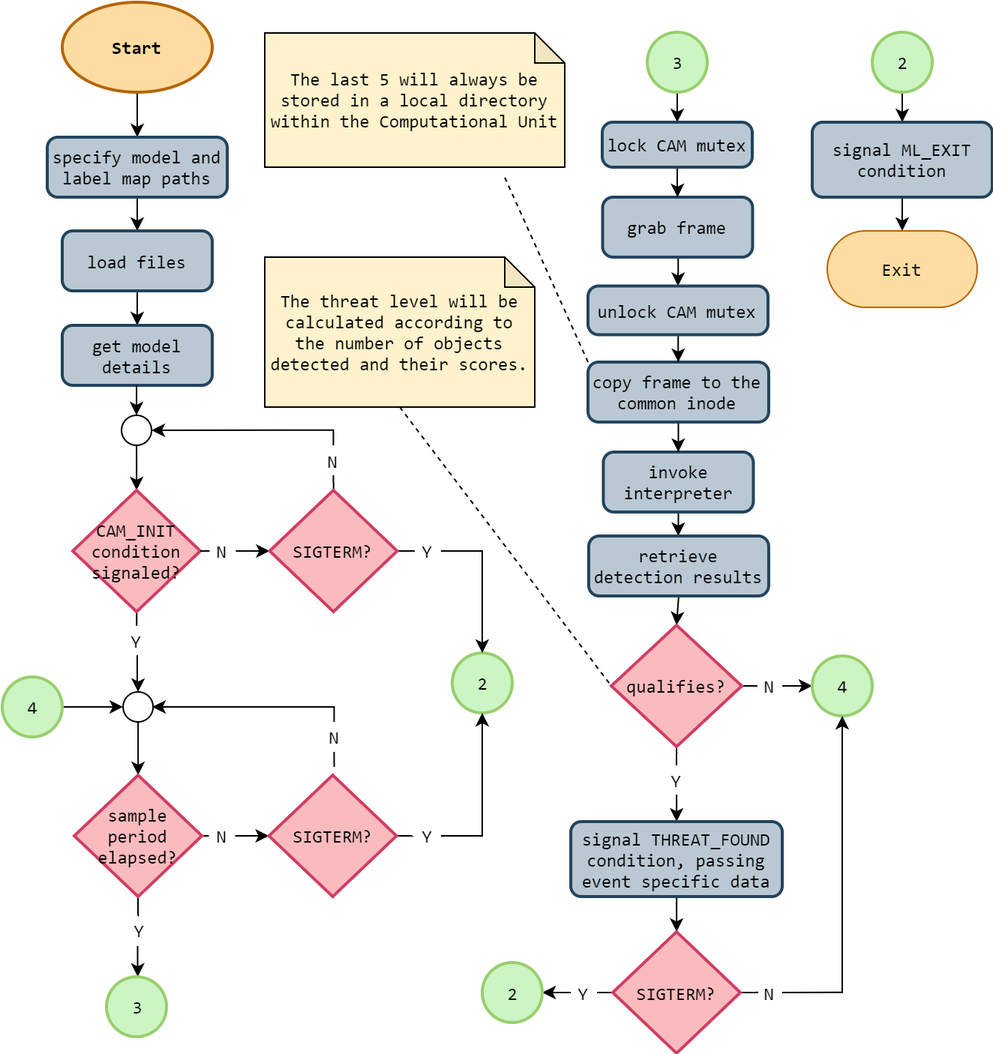
The draw.io diagram 3. Design/4. Software Specification/threads/thread-fc/thread-fc-ml-inference.png in esrg-silent-howl/argos, before a commit. Source tidied: cells renumbered, new cells last; positions are measured from the earlier drawing's top-left corner, leaving out a move shared by most shapes.
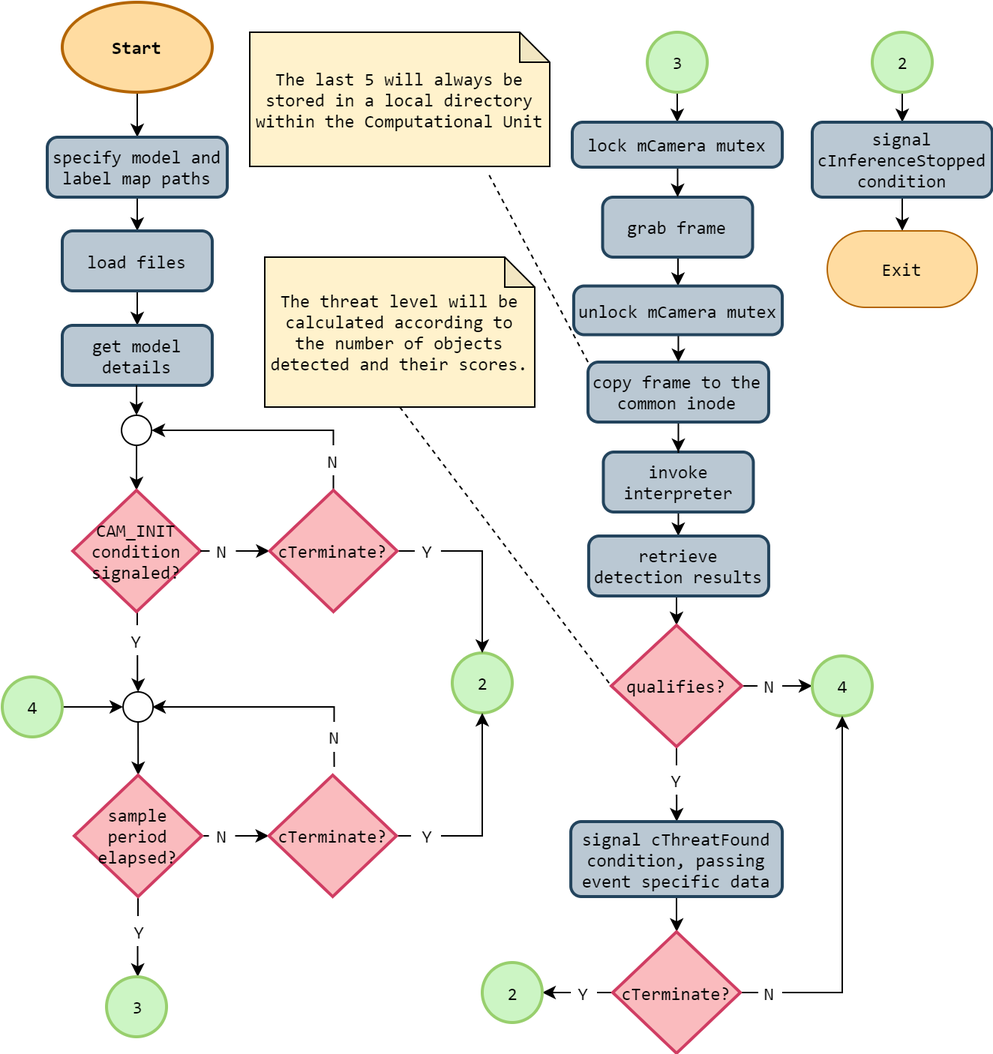
After the commit.

What changed in the source:
```diff
@@ -95,7 +95,7 @@
         </Array>
       </mxGeometry>
     </mxCell>
-    <mxCell id="21" value="SIGTERM?" style="strokeWidth=2;html=1;shape=mxgraph.flowchart.decision;whiteSpace=wrap;fillColor=#FABBBE;strokeColor=#D03D63;fontFamily=Consolas;" parent="1" vertex="1">
+    <mxCell id="21" value="cTerminate?" style="strokeWidth=2;html=1;shape=mxgraph.flowchart.decision;whiteSpace=wrap;fillColor=#FABBBE;strokeColor=#D03D63;fontFamily=Consolas;" parent="1" vertex="1">
       <mxGeometry x="178.2" y="325.5" width="85" height="81" as="geometry" />
     </mxCell>
     <mxCell id="22" style="edgeStyle=orthogonalEdgeStyle;rounded=0;jettySize=auto;html=1;entryX=1;entryY=0.5;entryDx=0;entryDy=0;startArrow=none;startFill=0;endArrow=classic;endFill=1;" parent="1" edge="1" source="23" target="13">
@@ -245,7 +245,7 @@
         </Array>
       </mxGeometry>
     </mxCell>
-    <mxCell id="52" value="SIGTERM?" style="strokeWidth=2;html=1;shape=mxgraph.flowchart.decision;whiteSpace=wrap;fillColor=#FABBBE;strokeColor=#D03D63;fontFamily=Consolas;" parent="1" vertex="1">
+    <mxCell id="52" value="cTerminate?" style="strokeWidth=2;html=1;shape=mxgraph.flowchart.decision;whiteSpace=wrap;fillColor=#FABBBE;strokeColor=#D03D63;fontFamily=Consolas;" parent="1" vertex="1">
       <mxGeometry x="177.8" y="515.5" width="85" height="81" as="geometry" />
     </mxCell>
     <mxCell id="53" value="Y" style="text;html=1;strokeColor=none;fillColor=none;align=center;verticalAlign=middle;whiteSpace=wrap;rounded=0;fontFamily=Consolas;" parent="1" vertex="1">
@@ -314,7 +314,7 @@
     <mxCell id="66" style="edgeStyle=orthogonalEdgeStyle;rounded=0;jettySize=auto;html=1;endArrow=classic;endFill=1;" parent="1" edge="1" source="67" target="74">
       <mxGeometry relative="1" as="geometry" />
     </mxCell>
-    <mxCell id="67" value="signal THREAT_FOUND condition, passing event specific data" style="rounded=1;whiteSpace=wrap;html=1;absoluteArcSize=1;arcSize=14;strokeWidth=2;fillColor=#bac8d3;strokeColor=#23445d;fontFamily=Consolas;" parent="1" vertex="1">
+    <mxCell id="67" value="signal cThreatFound condition, passing event specific data" style="rounded=1;whiteSpace=wrap;html=1;absoluteArcSize=1;arcSize=14;strokeWidth=2;fillColor=#bac8d3;strokeColor=#23445d;fontFamily=Consolas;" parent="1" vertex="1">
       <mxGeometry x="379" y="546.5" width="141" height="50" as="geometry" />
     </mxCell>
     <mxCell id="68" style="rounded=0;jettySize=auto;html=1;entryX=0;entryY=0.5;entryDx=0;entryDy=0;entryPerimeter=0;endArrow=none;endFill=0;dashed=1;exitX=0.5;exitY=1;exitDx=0;exitDy=0;exitPerimeter=0;" parent="1" edge="1" source="69" target="62">
@@ -348,7 +348,7 @@
         </Array>
       </mxGeometry>
     </mxCell>
-    <mxCell id="74" value="SIGTERM?" style="strokeWidth=2;html=1;shape=mxgraph.flowchart.decision;whiteSpace=wrap;fillColor=#FABBBE;strokeColor=#D03D63;fontFamily=Consolas;" parent="1" vertex="1">
+    <mxCell id="74" value="cTerminate?" style="strokeWidth=2;html=1;shape=mxgraph.flowchart.decision;whiteSpace=wrap;fillColor=#FABBBE;strokeColor=#D03D63;fontFamily=Consolas;" parent="1" vertex="1">
       <mxGeometry x="407" y="620" width="85" height="81" as="geometry" />
     </mxCell>
     <mxCell id="75" value="2" style="verticalLabelPosition=middle;verticalAlign=middle;html=1;shape=mxgraph.flowchart.on-page_reference;strokeWidth=2;align=center;labelPosition=center;fillColor=#CCF5C4;strokeColor=#98CF6D;fontFamily=Consolas;" parent="1" vertex="1">
@@ -369,7 +369,7 @@
     <mxCell id="80" style="edgeStyle=orthogonalEdgeStyle;rounded=0;jettySize=auto;html=1;endArrow=classic;endFill=1;" parent="1" edge="1" source="81" target="86">
       <mxGeometry relative="1" as="geometry" />
     </mxCell>
-    <mxCell id="81" value="signal ML_EXIT condition" style="rounded=1;whiteSpace=wrap;html=1;absoluteArcSize=1;arcSize=14;strokeWidth=2;fillColor=#bac8d3;strokeColor=#23445d;fontFamily=Consolas;" parent="1" vertex="1">
+    <mxCell id="81" value="signal cInferenceStopped condition" style="rounded=1;whiteSpace=wrap;html=1;absoluteArcSize=1;arcSize=14;strokeWidth=2;fillColor=#bac8d3;strokeColor=#23445d;fontFamily=Consolas;" parent="1" vertex="1">
       <mxGeometry x="540" y="80" width="120" height="50" as="geometry" />
     </mxCell>
     <mxCell id="82" style="edgeStyle=orthogonalEdgeStyle;rounded=0;jettySize=auto;html=1;entryX=0.5;entryY=0;entryDx=0;entryDy=0;endArrow=classic;endFill=1;" parent="1" edge="1" source="83" target="34">
@@ -380,8 +380,8 @@
         </Array>
       </mxGeometry>
     </mxCell>
-    <mxCell id="83" value="lock CAM mutex" style="rounded=1;whiteSpace=wrap;html=1;absoluteArcSize=1;arcSize=14;strokeWidth=2;fillColor=#bac8d3;strokeColor=#23445d;fontFamily=Consolas;" parent="1" vertex="1">
-      <mxGeometry x="400" y="80" width="100" height="30" as="geometry" />
+    <mxCell id="83" value="lock mCamera&amp;nbsp;mutex" style="rounded=1;whiteSpace=wrap;html=1;absoluteArcSize=1;arcSize=14;strokeWidth=2;fillColor=#bac8d3;strokeColor=#23445d;fontFamily=Consolas;" parent="1" vertex="1">
+      <mxGeometry x="380" y="80" width="140" height="30" as="geometry" />
     </mxCell>
     <mxCell id="84" style="edgeStyle=orthogonalEdgeStyle;rounded=0;jettySize=auto;html=1;endArrow=classic;endFill=1;entryX=0.5;entryY=0;entryDx=0;entryDy=0;" parent="1" edge="1" source="85" target="42">
       <mxGeometry relative="1" as="geometry">
@@ -391,14 +391,14 @@
         </Array>
       </mxGeometry>
     </mxCell>
-    <mxCell id="85" value="unlock CAM&amp;nbsp;mutex" style="rounded=1;whiteSpace=wrap;html=1;absoluteArcSize=1;arcSize=14;strokeWidth=2;fillColor=#bac8d3;strokeColor=#23445d;fontFamily=Consolas;" parent="1" vertex="1">
-      <mxGeometry x="390.5" y="189.2" width="120" height="32.5" as="geometry" />
+    <mxCell id="85" value="unlock mCamera mutex" style="rounded=1;whiteSpace=wrap;html=1;absoluteArcSize=1;arcSize=14;strokeWidth=2;fillColor=#bac8d3;strokeColor=#23445d;fontFamily=Consolas;" parent="1" vertex="1">
+      <mxGeometry x="381" y="189.2" width="139" height="32.5" as="geometry" />
     </mxCell>
     <mxCell id="86" value="Exit" style="rounded=1;whiteSpace=wrap;html=1;arcSize=50;fillColor=#FFDCA1;strokeColor=#B46504;fontFamily=Consolas;" parent="1" vertex="1">
       <mxGeometry x="550" y="152.5" width="100" height="51" as="geometry" />
     </mxCell>
     <mxCell id="87" value="The last 5 will always be stored in a local directory within the Computational Unit" style="shape=note;html=1;backgroundOutline=1;darkOpacity=0.05;size=20;fillColor=#fff2cc;strokeColor=#000000;whiteSpace=wrap;fontFamily=Consolas;" parent="1" vertex="1">
-      <mxGeometry x="175" y="20.5" width="200" height="89.5" as="geometry" />
+      <mxGeometry x="165" y="20" width="200" height="89.5" as="geometry" />
     </mxCell>
   </root>
 </mxGraphModel>
```
